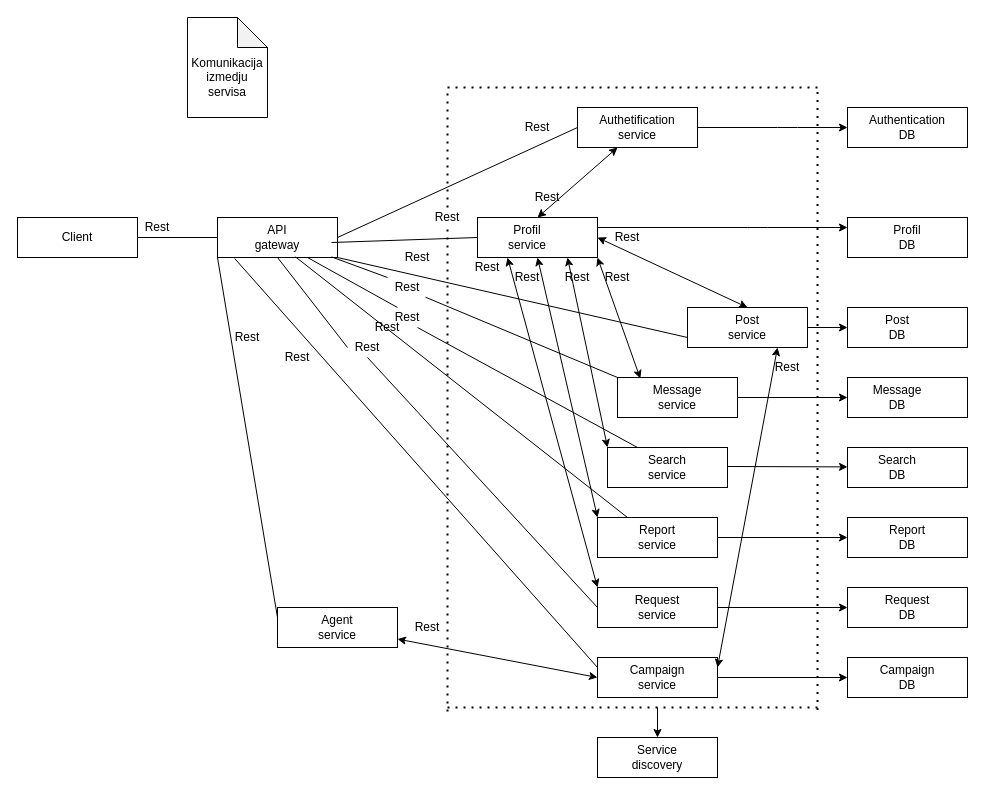
This is page "Komunikacija izmedju servisa" (10 of 10) of Dijagrami.drawio from andjelijaa/XML-projekat, a draw.io file, before an edit. Source tidied: cells renumbered, new cells numbered last; positions are measured from the earlier drawing's top-left corner, leaving out a move shared by most shapes. Both pictures are drawn from the tidied source at 100%, with x=0, y=0 at pixel (17, 17).
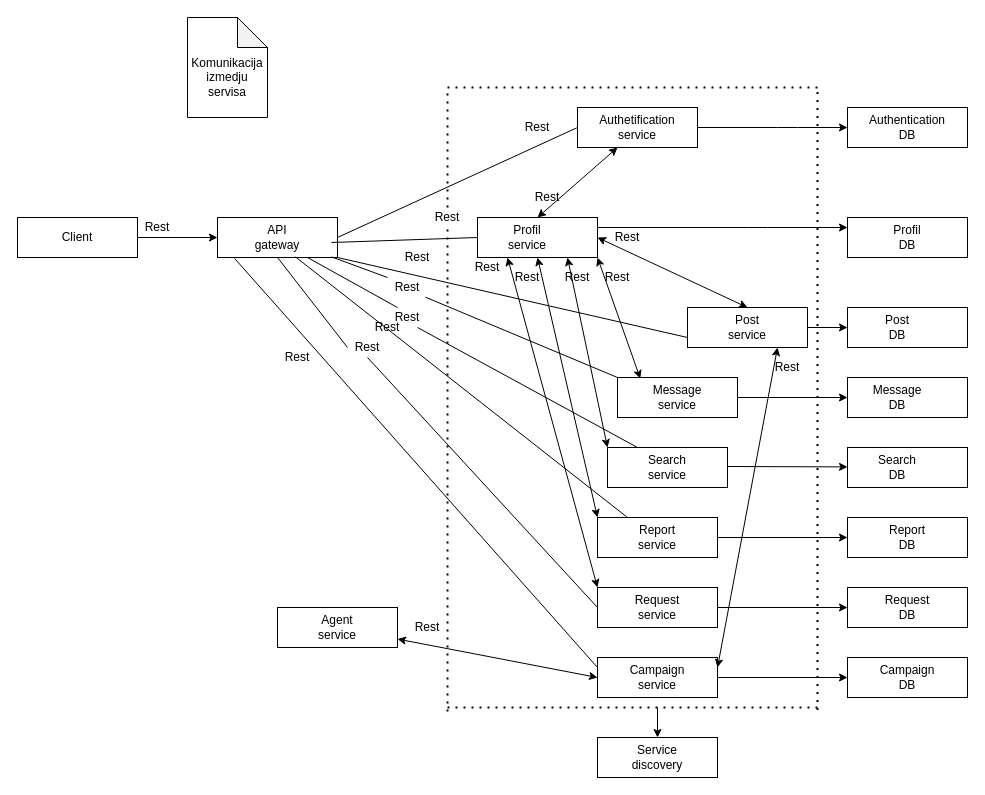
After the change.

Commit message:
Komunikacioni dijagram

The change refers to these unchanged cells:
```xml
<mxCell id="7" style="rounded=0;whiteSpace=wrap;html=1;align=left;" parent="1" vertex="1">
  <mxGeometry x="200" y="200" width="120" height="40" as="geometry" />
</mxCell>
<mxCell id="27" style="rounded=0;whiteSpace=wrap;html=1;align=left;" parent="1" vertex="1">
  <mxGeometry x="260" y="590" width="120" height="40" as="geometry" />
</mxCell>
<mxCell id="47" style="rounded=0;whiteSpace=wrap;html=1;align=left;" parent="1" vertex="1">
  <mxGeometry y="200" width="120" height="40" as="geometry" />
</mxCell>
```

Change to the diagram source:
```diff
@@
-    <mxCell id="45" style="endArrow=none;html=1;exitX=1;exitY=0.5;exitDx=0;exitDy=0;entryX=0;entryY=0.5;entryDx=0;entryDy=0;" parent="1" edge="1" source="47" target="7">
-      <mxGeometry relative="1" as="geometry" />
-    </mxCell>
@@
-    <mxCell id="93" style="endArrow=none;html=1;exitX=0;exitY=0.25;exitDx=0;exitDy=0;entryX=0;entryY=1;entryDx=0;entryDy=0;" parent="1" edge="1" source="27" target="7">
-      <mxGeometry relative="1" as="geometry" />
-    </mxCell>
-    <mxCell id="94" value="Rest" style="text;html=1;strokeColor=none;fillColor=none;align=center;verticalAlign=middle;whiteSpace=wrap;rounded=0;" parent="1" vertex="1">
-      <mxGeometry x="210" y="310" width="40" height="20" as="geometry" />
-    </mxCell>
@@
+    <mxCell id="45" style="endArrow=classic;html=1;entryX=0;entryY=0.5;entryDx=0;entryDy=0;exitX=1;exitY=0.5;exitDx=0;exitDy=0;" parent="1" edge="1" source="47" target="7">
+      <mxGeometry relative="1" as="geometry" />
+    </mxCell>
```
